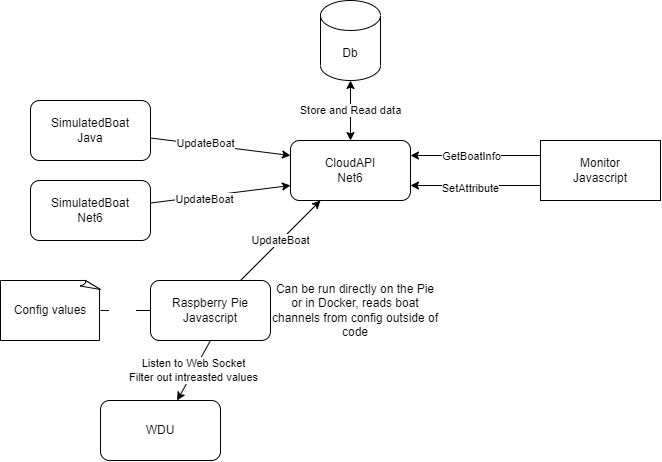
This is design.drawio.png from Addnode-Hackaton-2022/Team-1, a draw.io export, as it was before one commit. Source tidied: cells renumbered, new cells last; positions are measured from the earlier drawing's top-left corner, leaving out a move shared by most shapes.
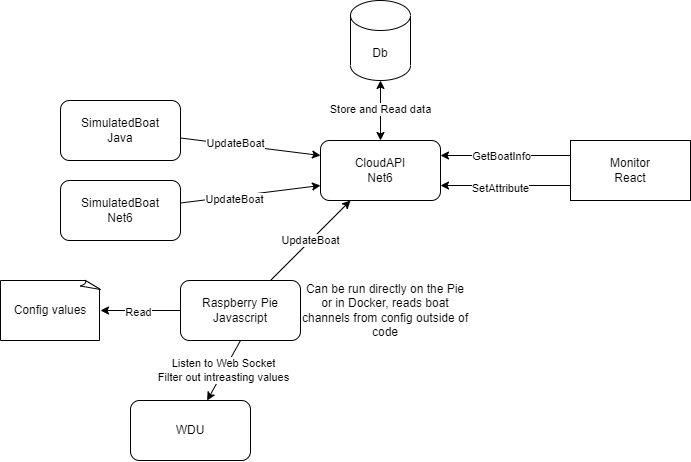
The same file after the commit.

Change to the diagram source:
```diff
@@ -37,18 +37,10 @@
     <mxCell id="12" value="UpdateBoat" style="edgeStyle=none;html=1;entryX=0.25;entryY=1;entryDx=0;entryDy=0;startArrow=none;startFill=0;" parent="1" edge="1" source="15" target="3">
       <mxGeometry relative="1" as="geometry" />
     </mxCell>
-    <mxCell id="13" style="edgeStyle=none;html=1;fontColor=#000000;startArrow=none;startFill=0;endArrow=none;endFill=0;" parent="1" edge="1" source="15" target="24">
-      <mxGeometry relative="1" as="geometry" />
-    </mxCell>
-    <mxCell id="14" value="Read" style="edgeLabel;html=1;align=center;verticalAlign=middle;fontColor=#FFFFFF;" parent="13" vertex="1">
-      <mxGeometry x="0.46" y="-1" relative="1" as="geometry">
-        <mxPoint x="7" as="offset" />
-      </mxGeometry>
-    </mxCell>
     <mxCell id="15" value="Raspberry Pie&lt;br&gt;Javascript" style="rounded=1;whiteSpace=wrap;html=1;" parent="1" vertex="1">
       <mxGeometry x="150" y="280" width="120" height="60" as="geometry" />
     </mxCell>
-    <mxCell id="16" value="Listen to Web Socket&lt;br&gt;Filter out intreasted values" style="edgeStyle=none;html=1;entryX=0.5;entryY=1;entryDx=0;entryDy=0;startArrow=classic;startFill=1;endArrow=none;endFill=0;" parent="1" edge="1" source="17" target="15">
+    <mxCell id="16" value="Listen to Web Socket&lt;br&gt;Filter out intreasting values" style="edgeStyle=none;html=1;entryX=0.5;entryY=1;entryDx=0;entryDy=0;startArrow=classic;startFill=1;endArrow=none;endFill=0;" parent="1" edge="1" source="17" target="15">
       <mxGeometry relative="1" as="geometry" />
     </mxCell>
     <mxCell id="17" value="WDU" style="rounded=1;whiteSpace=wrap;html=1;" parent="1" vertex="1">
@@ -70,14 +62,25 @@
         <mxPoint x="6" as="offset" />
       </mxGeometry>
     </mxCell>
-    <mxCell id="22" value="Monitor&lt;br&gt;Javascript" style="rounded=0;whiteSpace=wrap;html=1;" parent="1" vertex="1">
+    <mxCell id="22" value="Monitor&lt;br&gt;React" style="rounded=0;whiteSpace=wrap;html=1;" parent="1" vertex="1">
       <mxGeometry x="540" y="140" width="120" height="60" as="geometry" />
     </mxCell>
     <mxCell id="23" value="Can be run directly on the Pie or in Docker, reads boat channels from config outside of code" style="text;html=1;strokeColor=none;fillColor=none;align=center;verticalAlign=middle;whiteSpace=wrap;rounded=0;" parent="1" vertex="1">
       <mxGeometry x="270" y="280" width="170" height="60" as="geometry" />
     </mxCell>
     <mxCell id="24" value="&lt;font color=&quot;#000000&quot;&gt;Config values&lt;/font&gt;" style="whiteSpace=wrap;html=1;shape=mxgraph.basic.document;fillColor=#FFFFFF;" parent="1" vertex="1">
-      <mxGeometry y="280" width="100" height="60" as="geometry" />
+      <mxGeometry x="-30" y="280" width="100" height="60" as="geometry" />
     </mxCell>
+    <mxCell id="25" style="edgeStyle=none;html=1;entryX=0;entryY=0.5;entryDx=0;entryDy=0;startArrow=classic;startFill=1;exitX=1;exitY=0.5;exitDx=0;exitDy=0;exitPerimeter=0;endArrow=none;endFill=0;" parent="1" edge="1" source="24" target="15">
+      <mxGeometry relative="1" as="geometry" />
+    </mxCell>
+    <mxCell id="26" value="&lt;span style=&quot;color: rgba(0 , 0 , 0 , 0) ; font-family: monospace ; font-size: 0px&quot;&gt;%3CmxGraphModel%3E%3Croot%3E%3CmxCell%20id%3D%220%22%2F%3E%3CmxCell%20id%3D%221%22%20parent%3D%220%22%2F%3E%3CmxCell%20id%3D%222%22%20value%3D%22UpdateBoat%22%20style%3D%22edgeLabel%3Bhtml%3D1%3Balign%3Dcenter%3BverticalAlign%3Dmiddle%3Bresizable%3D0%3Bpoints%3D%5B%5D%3B%22%20vertex%3D%221%22%20connectable%3D%220%22%20parent%3D%221%22%3E%3CmxGeometry%20x%3D%22233.83107481171646%22%20y%3D%22162.2133199143899%22%20as%3D%22geometry%22%2F%3E%3C%2FmxCell%3E%3C%2Froot%3E%3C%2FmxGraphModel%3E&lt;/span&gt;" style="edgeLabel;html=1;align=center;verticalAlign=middle;" parent="25" vertex="1">
+      <mxGeometry x="-0.3" y="-2" relative="1" as="geometry" />
+    </mxCell>
+    <mxCell id="14" value="Read" style="edgeLabel;html=1;align=center;verticalAlign=middle;" parent="25" vertex="1">
+      <mxGeometry x="-0.44" y="-2" relative="1" as="geometry">
+        <mxPoint x="15" y="-1" as="offset" />
+      </mxGeometry>
+    </mxCell>
   </root>
 </mxGraphModel>
```
